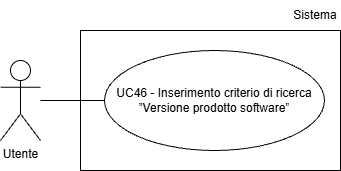
Above: assets/Use_Case_Diagrams/UC46.png in Team-Three-Technologies/Documenti (draw.io), before the change. Source tidied: cells renumbered, new cells last; positions are measured from the earlier drawing's top-left corner, leaving out a move shared by most shapes. The source it was exported from:
```xml
<mxGraphModel>
  <root>
    <mxCell id="0" />
    <mxCell id="1" parent="0" />
    <mxCell id="2" value="Utente" style="shape=umlActor;verticalLabelPosition=bottom;verticalAlign=top;html=1;" parent="1" vertex="1">
      <mxGeometry y="60" width="40" height="80" as="geometry" />
    </mxCell>
    <mxCell id="3" value="UC46 - Inserimento criterio di ricerca ”Versione prodotto software”" style="ellipse;whiteSpace=wrap;html=1;align=center;" parent="1" vertex="1">
      <mxGeometry x="104" y="50" width="220" height="100" as="geometry" />
    </mxCell>
    <mxCell id="4" style="endArrow=none;html=1;rounded=0;entryX=0;entryY=0.5;entryDx=0;entryDy=0;" parent="1" edge="1" target="3">
      <mxGeometry relative="1" as="geometry">
        <mxPoint x="40" y="100" as="sourcePoint" />
      </mxGeometry>
    </mxCell>
    <mxCell id="5" style="rounded=0;whiteSpace=wrap;html=1;fillColor=none;" parent="1" vertex="1">
      <mxGeometry x="80" y="30" width="260" height="140" as="geometry" />
    </mxCell>
    <mxCell id="6" value="Sistema" style="text;html=1;whiteSpace=wrap;strokeColor=none;fillColor=none;align=center;verticalAlign=middle;rounded=0;" parent="1" vertex="1">
      <mxGeometry x="290" width="50" height="30" as="geometry" />
    </mxCell>
  </root>
</mxGraphModel>
```
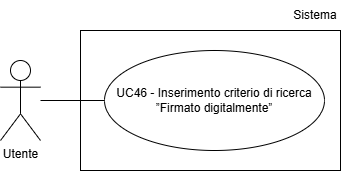
After the change.

The edit, as a diff of the source:
```diff
@@ -5,14 +5,14 @@
     <mxCell id="2" value="Utente" style="shape=umlActor;verticalLabelPosition=bottom;verticalAlign=top;html=1;" parent="1" vertex="1">
       <mxGeometry y="60" width="40" height="80" as="geometry" />
     </mxCell>
-    <mxCell id="3" value="UC46 - Inserimento criterio di ricerca ”Versione prodotto software”" style="ellipse;whiteSpace=wrap;html=1;align=center;" parent="1" vertex="1">
-      <mxGeometry x="104" y="50" width="220" height="100" as="geometry" />
-    </mxCell>
-    <mxCell id="4" style="endArrow=none;html=1;rounded=0;entryX=0;entryY=0.5;entryDx=0;entryDy=0;" parent="1" edge="1" target="3">
-      <mxGeometry relative="1" as="geometry">
-        <mxPoint x="40" y="100" as="sourcePoint" />
-      </mxGeometry>
-    </mxCell>
+    <mxCell id="7" value="UC46 - Inserimento criterio di ricerca ”Firmato digitalmente”" style="ellipse;whiteSpace=wrap;html=1;align=center;" parent="1" vertex="1">
+      <mxGeometry x="104" y="50" width="220" height="100" as="geometry" />
+    </mxCell>
+    <mxCell id="8" style="endArrow=none;html=1;rounded=0;entryX=0;entryY=0.5;entryDx=0;entryDy=0;" parent="1" edge="1" target="7">
+      <mxGeometry relative="1" as="geometry">
+        <mxPoint x="40" y="100" as="sourcePoint" />
+      </mxGeometry>
+    </mxCell>
     <mxCell id="5" style="rounded=0;whiteSpace=wrap;html=1;fillColor=none;" parent="1" vertex="1">
       <mxGeometry x="80" y="30" width="260" height="140" as="geometry" />
     </mxCell>
```
